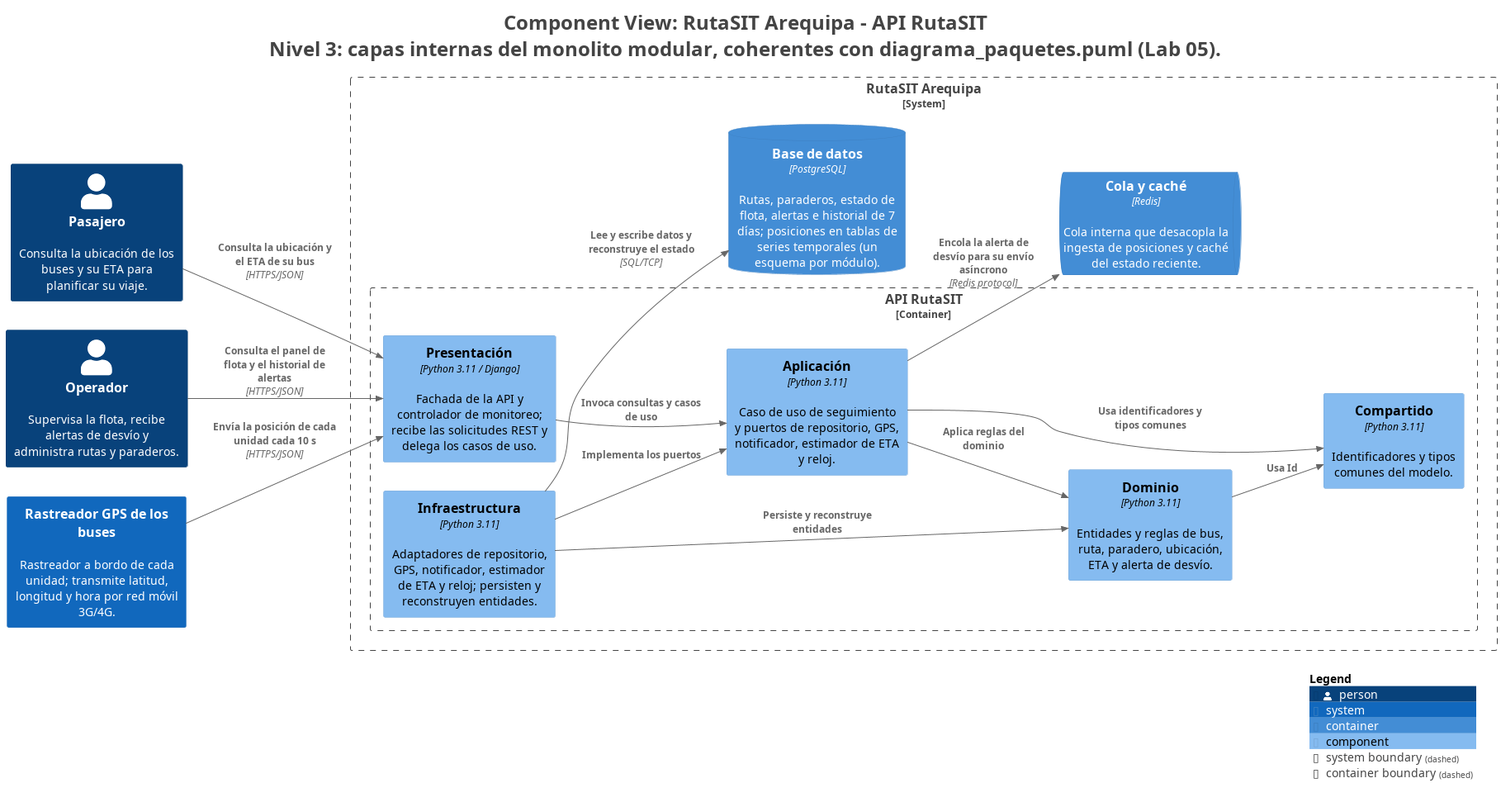
Before: lab06/docs/architecture/c4/img/structurizr-Componentes.png, a diagram exported from PlantUML (F4brici0L4yme/cs-2026b-lab04-grupo-b).
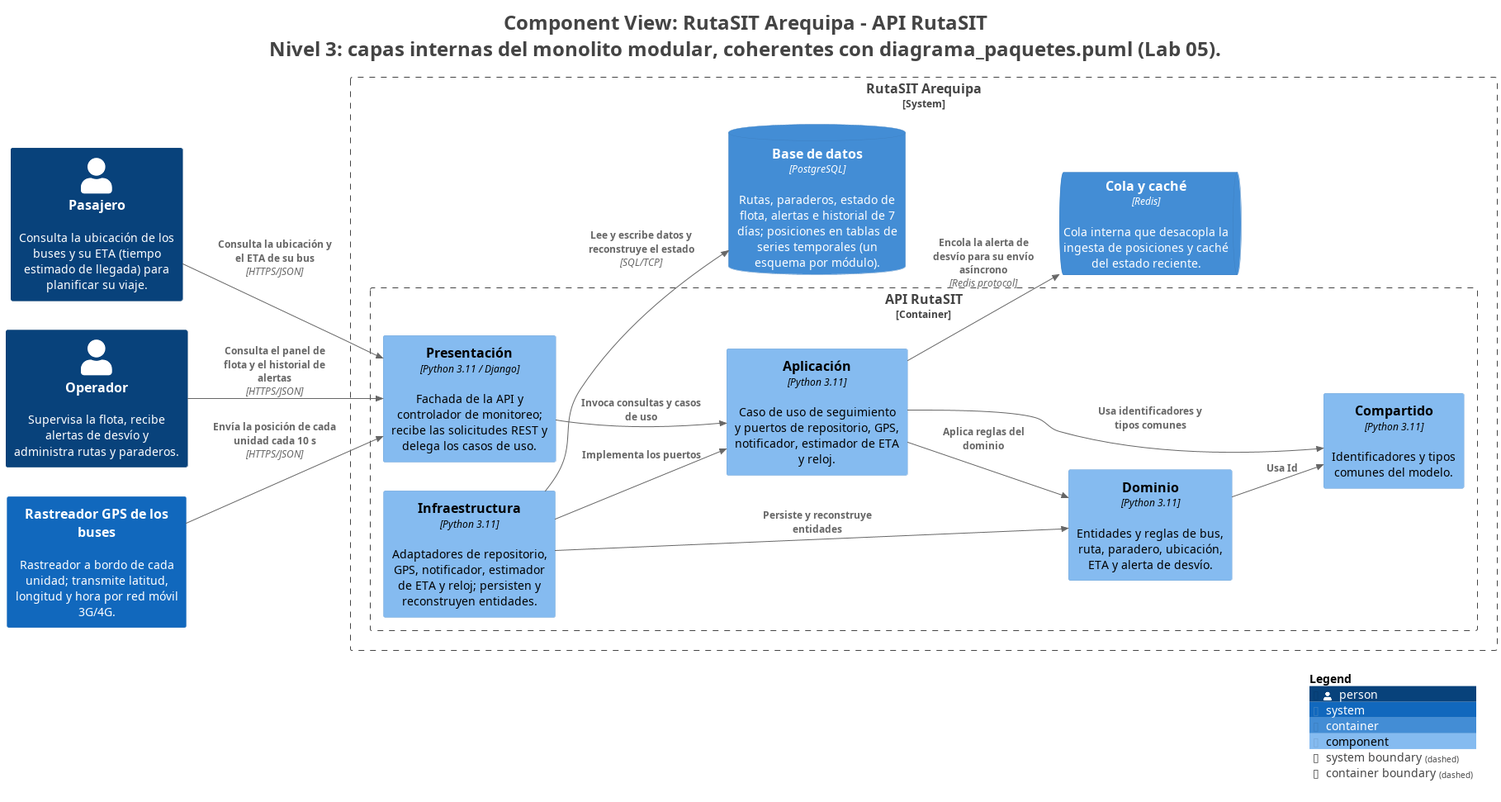
After the commit.

Change to the diagram source:
```diff
@@ -16,7 +16,7 @@
 !include <C4/C4_Container>
 !include <C4/C4_Component>
 
-Person(Pasajero, "Pasajero", $descr="Consulta la ubicación de los buses y su ETA para planificar su viaje.", $tags="", $link="")
+Person(Pasajero, "Pasajero", $descr="Consulta la ubicación de los buses y su ETA (tiempo estimado de llegada) para planificar su viaje.", $tags="", $link="")
 Person(Operador, "Operador", $descr="Supervisa la flota, recibe alertas de desvío y administra rutas y paraderos.", $tags="", $link="")
 
 System(RastreadorGPSdelosbuses, "Rastreador GPS de los buses", $descr="Rastreador a bordo de cada unidad; transmite latitud, longitud y hora por red móvil 3G/4G.", $tags="", $link="")
```
